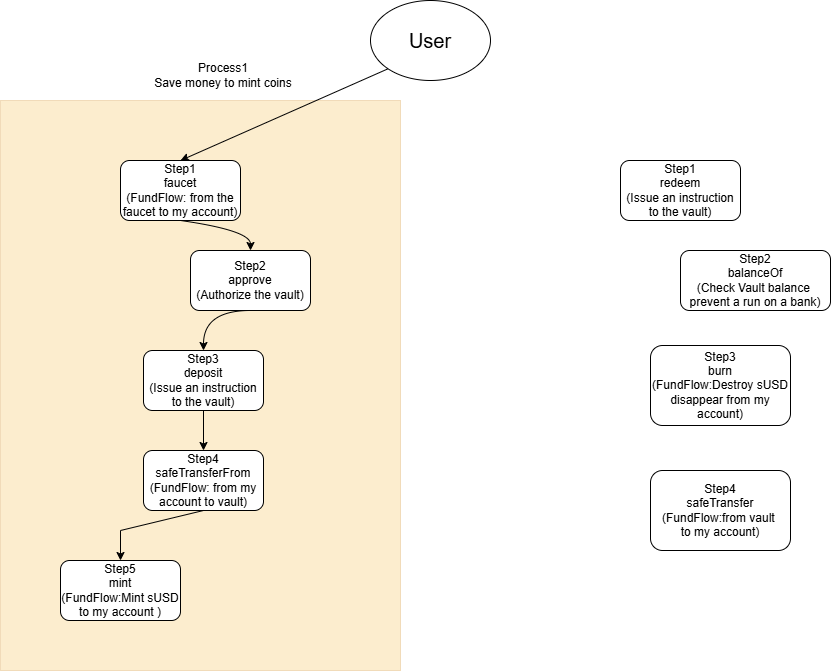
The draw.io diagram architecture.png in xiaomangli69-max/stablecoin-lab-2026, before a commit. Source tidied: cells renumbered, new cells last; positions are measured from the earlier drawing's top-left corner, leaving out a move shared by most shapes.
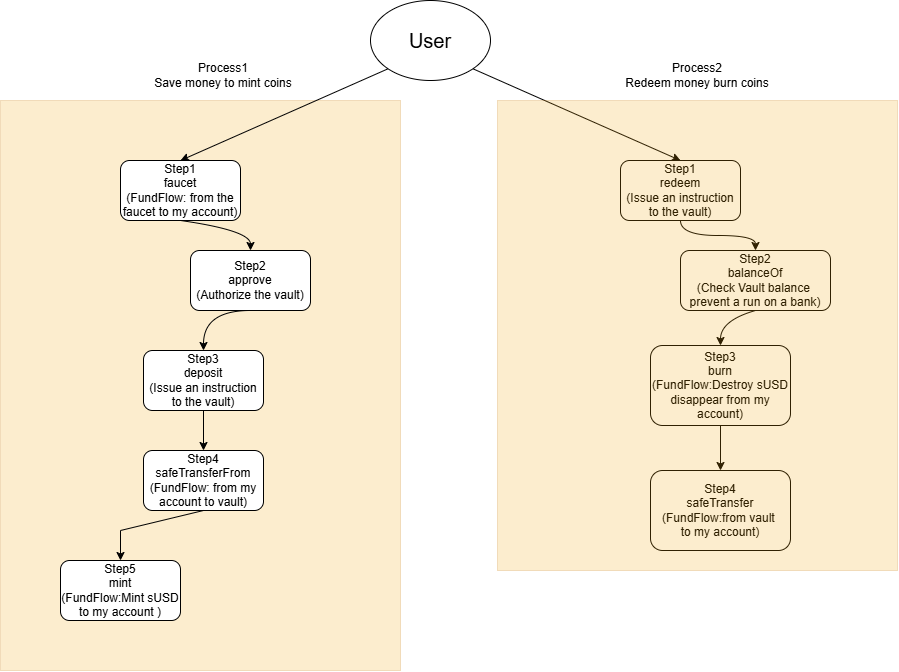
The same diagram one commit later.

Diff of the diagram source:
```diff
@@ -66,5 +66,27 @@
     <mxCell id="18" value="Step4&lt;div&gt;safeTransfer&lt;/div&gt;&lt;div&gt;(FundFlow:from&amp;nbsp;&lt;span style=&quot;background-color: transparent; color: light-dark(rgb(0, 0, 0), rgb(255, 255, 255));&quot;&gt;vault&amp;nbsp;&lt;/span&gt;&lt;/div&gt;&lt;div&gt;&lt;span style=&quot;background-color: transparent; color: light-dark(rgb(0, 0, 0), rgb(255, 255, 255));&quot;&gt;to&amp;nbsp;&lt;/span&gt;&lt;span style=&quot;background-color: transparent; color: light-dark(rgb(0, 0, 0), rgb(255, 255, 255));&quot;&gt;my account)&lt;/span&gt;&lt;/div&gt;" style="rounded=1;whiteSpace=wrap;html=1;roundedPerimeter=1;" parent="1" vertex="1">
       <mxGeometry x="650" y="470" width="140" height="80" as="geometry" />
     </mxCell>
+    <mxCell id="19" style="endArrow=classic;html=1;rounded=0;entryX=0.5;entryY=0;entryDx=0;entryDy=0;exitX=1;exitY=1;exitDx=0;exitDy=0;" parent="1" edge="1" source="3" target="5">
+      <mxGeometry relative="1" as="geometry" />
+    </mxCell>
+    <mxCell id="20" style="endArrow=classic;html=1;rounded=1;exitX=0.5;exitY=1;exitDx=0;exitDy=0;entryX=0.5;entryY=0;entryDx=0;entryDy=0;curved=1;edgeStyle=orthogonalEdgeStyle;curveGeometry=1;" parent="1" edge="1" source="5" target="16">
+      <mxGeometry relative="1" as="geometry" />
+    </mxCell>
+    <mxCell id="21" style="endArrow=classic;html=1;rounded=0;exitX=0.5;exitY=1;exitDx=0;exitDy=0;entryX=0.5;entryY=0;entryDx=0;entryDy=0;curved=1;curveGeometry=1;" parent="1" edge="1" source="16" target="17">
+      <mxGeometry x="0.01" relative="1" as="geometry">
+        <Array as="points">
+          <mxPoint x="720" y="320" />
+        </Array>
+      </mxGeometry>
+    </mxCell>
+    <mxCell id="22" style="endArrow=classic;html=1;rounded=0;exitX=0.5;exitY=1;exitDx=0;exitDy=0;entryX=0.5;entryY=0;entryDx=0;entryDy=0;" parent="1" edge="1" source="17" target="18">
+      <mxGeometry relative="1" as="geometry" />
+    </mxCell>
+    <mxCell id="23" style="rounded=0;whiteSpace=wrap;html=1;fillColor=#f0a30a;fontColor=#000000;strokeColor=#BD7000;opacity=20;" parent="1" vertex="1">
+      <mxGeometry x="497" y="100" width="400" height="470" as="geometry" />
+    </mxCell>
+    <mxCell id="24" value="Process2&lt;div&gt;Redeem money burn coins&lt;/div&gt;" style="text;html=1;whiteSpace=wrap;strokeColor=none;fillColor=none;align=center;verticalAlign=middle;rounded=0;" parent="1" vertex="1">
+      <mxGeometry x="617" y="60" width="160" height="30" as="geometry" />
+    </mxCell>
   </root>
 </mxGraphModel>
```
